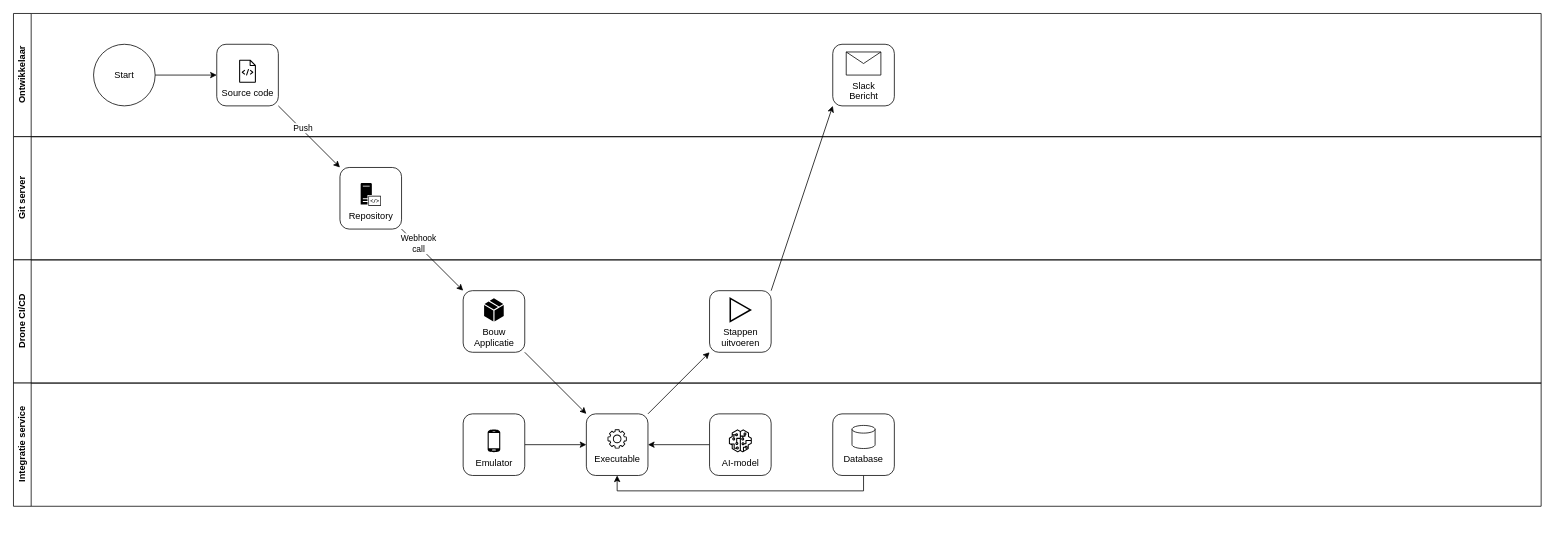
The draw.io diagram page "Integratie service" (13 of 13) of cli app.drawio in luukvankooten/draw.io, before the edit. Source tidied: cells renumbered, new cells numbered last; positions are measured from the earlier drawing's top-left corner, leaving out a move shared by most shapes. Both pictures are drawn from the tidied source at 77%, with x=0, y=0 at pixel (13, 13).
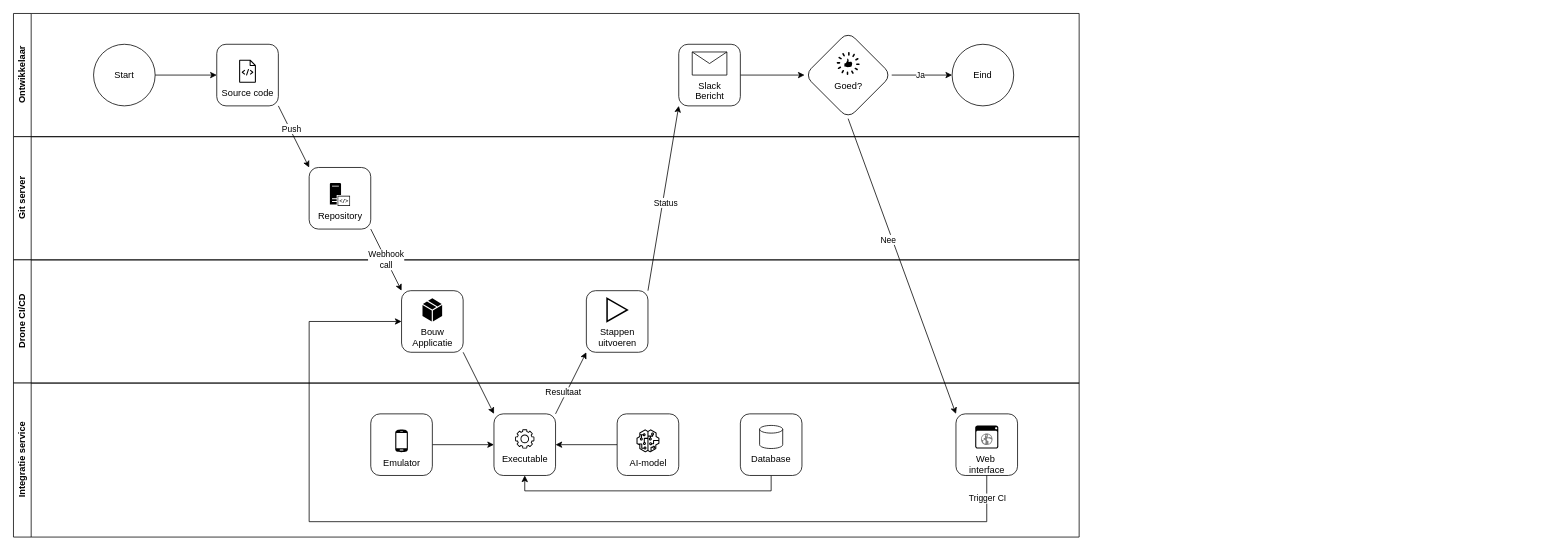
The same diagram, later.

Unchanged cells that the change refers to:
```xml
<mxCell id="6" style="whiteSpace=wrap;html=1;rounded=1;" parent="2" vertex="1">
  <mxGeometry x="264" y="40" width="80" height="80" as="geometry" />
</mxCell>
<mxCell id="34" style="rounded=0;jettySize=auto;html=1;entryX=0;entryY=1;entryDx=0;entryDy=0;exitX=1;exitY=0;exitDx=0;exitDy=0;" parent="1" edge="1" source="21" target="15">
  <mxGeometry relative="1" as="geometry" />
</mxCell>
<mxCell id="35" style="rounded=0;jettySize=auto;html=1;entryX=0;entryY=1;entryDx=0;entryDy=0;exitX=1;exitY=0;exitDx=0;exitDy=0;" parent="1" edge="1" source="15" target="3">
  <mxGeometry relative="1" as="geometry" />
</mxCell>
```

The edit, as a diff of the source:
```diff
@@
     <mxCell id="2" value="Ontwikkelaar" style="swimlane;horizontal=0;whiteSpace=wrap;html=1;" parent="1" vertex="1">
-      <mxGeometry width="1984" height="160" as="geometry" />
+      <mxGeometry width="1384" height="160" as="geometry" />
     </mxCell>
+    <mxCell id="36" style="edgeStyle=orthogonalEdgeStyle;rounded=0;jettySize=auto;html=1;entryX=0;entryY=0;entryDx=0;entryDy=0;" parent="2" edge="1" source="3" target="39">
+      <mxGeometry relative="1" as="geometry" />
+    </mxCell>
     <mxCell id="3" style="rounded=1;whiteSpace=wrap;html=1;" parent="2" vertex="1">
-      <mxGeometry x="1064" y="40" width="80" height="80" as="geometry" />
+      <mxGeometry x="864" y="40" width="80" height="80" as="geometry" />
     </mxCell>
@@
     <mxCell id="8" value="&lt;div&gt;Slack&lt;/div&gt;&lt;div&gt;Bericht&lt;br&gt;&lt;/div&gt;" style="shape=message;html=1;html=1;labelPosition=center;verticalLabelPosition=bottom;align=center;verticalAlign=top;" parent="2" vertex="1">
-      <mxGeometry x="1081.5" y="50" width="45" height="30" as="geometry" />
+      <mxGeometry x="881.5" y="50" width="45" height="30" as="geometry" />
     </mxCell>
+    <mxCell id="37" style="edgeStyle=orthogonalEdgeStyle;rounded=0;jettySize=auto;html=1;entryX=0;entryY=0.5;entryDx=0;entryDy=0;" parent="2" edge="1" source="39" target="41">
+      <mxGeometry relative="1" as="geometry" />
+    </mxCell>
+    <mxCell id="38" value="Ja" style="edgeLabel;html=1;align=center;verticalAlign=middle;" parent="37" vertex="1">
+      <mxGeometry x="-0.06" y="1" relative="1" as="geometry" />
+    </mxCell>
+    <mxCell id="39" style="rounded=1;whiteSpace=wrap;html=1;glass=0;rotation=-45;" parent="2" vertex="1">
+      <mxGeometry x="1044" y="40" width="80" height="80" as="geometry" />
+    </mxCell>
+    <mxCell id="40" value="Goed?" style="sketch=0;html=1;strokeColor=none;shadow=0;fillColor=#000000;verticalAlign=top;labelPosition=center;verticalLabelPosition=bottom;shape=mxgraph.gcp2.thumbs_up;" parent="2" vertex="1">
+      <mxGeometry x="1069" y="50" width="30" height="30" as="geometry" />
+    </mxCell>
+    <mxCell id="41" value="Eind" style="ellipse;whiteSpace=wrap;html=1;" parent="2" vertex="1">
+      <mxGeometry x="1219" y="40" width="80" height="80" as="geometry" />
+    </mxCell>
     <mxCell id="9" value="&lt;div&gt;Git server&lt;/div&gt;" style="swimlane;horizontal=0;whiteSpace=wrap;html=1;" parent="1" vertex="1">
-      <mxGeometry y="160" width="1984" height="160" as="geometry" />
+      <mxGeometry y="160" width="1384" height="160" as="geometry" />
     </mxCell>
     <mxCell id="10" style="rounded=1;whiteSpace=wrap;html=1;glass=0;" parent="9" vertex="1">
-      <mxGeometry x="424" y="40" width="80" height="80" as="geometry" />
+      <mxGeometry x="384" y="40" width="80" height="80" as="geometry" />
     </mxCell>
     <mxCell id="11" value="Repository" style="sketch=0;shadow=0;dashed=0;html=1;strokeColor=none;fillColor=#000000;labelPosition=center;verticalLabelPosition=bottom;verticalAlign=top;align=center;shape=mxgraph.office.servers.server_side_code;" parent="9" vertex="1">
-      <mxGeometry x="450.9" y="60" width="26.2" height="30" as="geometry" />
+      <mxGeometry x="410.9" y="60" width="26.2" height="30" as="geometry" />
     </mxCell>
     <mxCell id="12" value="Drone CI/CD" style="swimlane;horizontal=0;whiteSpace=wrap;html=1;" parent="1" vertex="1">
-      <mxGeometry y="320" width="1984" height="160" as="geometry" />
+      <mxGeometry y="320" width="1384" height="160" as="geometry" />
     </mxCell>
     <mxCell id="13" style="rounded=1;whiteSpace=wrap;html=1;" parent="12" vertex="1">
-      <mxGeometry x="584" y="40" width="80" height="80" as="geometry" />
+      <mxGeometry x="504" y="40" width="80" height="80" as="geometry" />
     </mxCell>
     <mxCell id="14" value="&lt;div&gt;Bouw&lt;/div&gt;&lt;div&gt;Applicatie&lt;br&gt;&lt;/div&gt;" style="verticalLabelPosition=bottom;html=1;verticalAlign=top;align=center;strokeColor=none;fillColor=#000000;shape=mxgraph.azure.cloud_service_package_file;" parent="12" vertex="1">
-      <mxGeometry x="611.2" y="50" width="25.5" height="30" as="geometry" />
+      <mxGeometry x="531.2" y="50" width="25.5" height="30" as="geometry" />
     </mxCell>
     <mxCell id="15" style="rounded=1;whiteSpace=wrap;html=1;" parent="12" vertex="1">
-      <mxGeometry x="904" y="40" width="80" height="80" as="geometry" />
+      <mxGeometry x="744" y="40" width="80" height="80" as="geometry" />
     </mxCell>
     <mxCell id="16" value="&lt;div&gt;Stappen&lt;br&gt;&lt;/div&gt;&lt;div&gt;uitvoeren&lt;/div&gt;" style="html=1;verticalLabelPosition=bottom;align=center;labelBackgroundColor=#ffffff;verticalAlign=top;strokeWidth=2;strokeColor=#000000;shadow=0;dashed=0;shape=mxgraph.ios7.icons.play;fillColor=none;" parent="12" vertex="1">
-      <mxGeometry x="930.9" y="50" width="26.2" height="30" as="geometry" />
+      <mxGeometry x="770.9" y="50" width="26.2" height="30" as="geometry" />
     </mxCell>
     <mxCell id="17" value="Integratie service" style="swimlane;horizontal=0;whiteSpace=wrap;html=1;" parent="1" vertex="1">
-      <mxGeometry y="480" width="1984" height="160" as="geometry" />
+      <mxGeometry y="480" width="1384" height="200" as="geometry" />
     </mxCell>
+    <mxCell id="42" style="rounded=1;whiteSpace=wrap;html=1;" parent="17" vertex="1">
+      <mxGeometry x="1224" y="40" width="80" height="80" as="geometry" />
+    </mxCell>
@@
     <mxCell id="19" style="rounded=1;whiteSpace=wrap;html=1;" parent="17" vertex="1">
-      <mxGeometry x="584" y="40" width="80" height="80" as="geometry" />
+      <mxGeometry x="464" y="40" width="80" height="80" as="geometry" />
     </mxCell>
     <mxCell id="20" value="Emulator" style="sketch=0;shadow=0;dashed=0;html=1;strokeColor=none;fillColor=#000000;labelPosition=center;verticalLabelPosition=bottom;verticalAlign=top;align=center;shape=mxgraph.office.devices.cell_phone_android_proportional;" parent="17" vertex="1">
-      <mxGeometry x="615.8" y="60" width="16.4" height="30" as="geometry" />
+      <mxGeometry x="495.8" y="60" width="16.4" height="30" as="geometry" />
     </mxCell>
     <mxCell id="21" style="rounded=1;whiteSpace=wrap;html=1;" parent="17" vertex="1">
-      <mxGeometry x="744" y="40" width="80" height="80" as="geometry" />
+      <mxGeometry x="624" y="40" width="80" height="80" as="geometry" />
     </mxCell>
     <mxCell id="22" value="&lt;font color=&quot;#000000&quot;&gt;Executable&lt;/font&gt;" style="sketch=0;fontColor=#232F3E;gradientColor=none;fillColor=#000000;strokeColor=none;dashed=0;verticalLabelPosition=bottom;verticalAlign=top;align=center;html=1;fontSize=12;fontStyle=0;shape=mxgraph.aws4.gear;" parent="17" vertex="1">
-      <mxGeometry x="771.5" y="60" width="25" height="25" as="geometry" />
+      <mxGeometry x="651.5" y="60" width="25" height="25" as="geometry" />
     </mxCell>
@@
     <mxCell id="24" style="rounded=1;whiteSpace=wrap;html=1;" parent="17" vertex="1">
-      <mxGeometry x="904" y="40" width="80" height="80" as="geometry" />
+      <mxGeometry x="784" y="40" width="80" height="80" as="geometry" />
     </mxCell>
     <mxCell id="25" value="&lt;font color=&quot;#000000&quot;&gt;AI-model&lt;/font&gt;" style="sketch=0;fontColor=#232F3E;gradientColor=none;fillColor=#000000;strokeColor=none;dashed=0;verticalLabelPosition=bottom;verticalAlign=top;align=center;html=1;fontSize=12;fontStyle=0;shape=mxgraph.aws4.sagemaker_model;" parent="17" vertex="1">
-      <mxGeometry x="929" y="60" width="30" height="30" as="geometry" />
+      <mxGeometry x="809" y="60" width="30" height="30" as="geometry" />
     </mxCell>
     <mxCell id="26" style="edgeStyle=orthogonalEdgeStyle;rounded=0;jettySize=auto;html=1;entryX=0.5;entryY=1;entryDx=0;entryDy=0;" parent="17" edge="1" source="27" target="21">
       <mxGeometry relative="1" as="geometry">
         <Array as="points">
-          <mxPoint x="1104" y="140" />
-          <mxPoint x="784" y="140" />
+          <mxPoint x="984" y="140" />
+          <mxPoint x="664" y="140" />
         </Array>
       </mxGeometry>
     </mxCell>
     <mxCell id="27" style="rounded=1;whiteSpace=wrap;html=1;" parent="17" vertex="1">
-      <mxGeometry x="1064" y="40" width="80" height="80" as="geometry" />
+      <mxGeometry x="944" y="40" width="80" height="80" as="geometry" />
     </mxCell>
     <mxCell id="28" value="Database" style="strokeWidth=1;html=1;shape=mxgraph.flowchart.database;whiteSpace=wrap;labelPosition=center;verticalLabelPosition=bottom;align=center;verticalAlign=top;" parent="17" vertex="1">
-      <mxGeometry x="1089" y="55" width="30" height="30" as="geometry" />
+      <mxGeometry x="969" y="55" width="30" height="30" as="geometry" />
     </mxCell>
+    <mxCell id="43" value="&lt;div&gt;Web&amp;nbsp;&lt;/div&gt;&lt;div&gt;interface&lt;/div&gt;" style="shadow=0;dashed=0;html=1;strokeColor=none;fillColor=#000000;labelPosition=center;verticalLabelPosition=bottom;verticalAlign=top;align=center;shape=mxgraph.veeam.2d.web_ui;" parent="17" vertex="1">
+      <mxGeometry x="1249" y="55" width="30" height="30" as="geometry" />
+    </mxCell>
-    <mxCell id="29" style="rounded=0;jettySize=auto;html=1;entryX=0;entryY=0;entryDx=0;entryDy=0;" parent="1" edge="1" source="6" target="10">
+    <mxCell id="29" style="rounded=0;jettySize=auto;html=1;entryX=0;entryY=0;entryDx=0;entryDy=0;exitX=1;exitY=1;exitDx=0;exitDy=0;" parent="1" edge="1" source="6" target="10">
       <mxGeometry relative="1" as="geometry" />
     </mxCell>
@@
-    <mxCell id="31" style="rounded=0;jettySize=auto;html=1;entryX=0;entryY=0;entryDx=0;entryDy=0;" parent="1" edge="1" source="10" target="13">
+    <mxCell id="31" style="rounded=0;jettySize=auto;html=1;entryX=0;entryY=0;entryDx=0;entryDy=0;exitX=1;exitY=1;exitDx=0;exitDy=0;" parent="1" edge="1" source="10" target="13">
       <mxGeometry relative="1" as="geometry" />
     </mxCell>
     <mxCell id="32" value="&lt;div&gt;Webhook&lt;/div&gt;&lt;div&gt;call&lt;br&gt;&lt;/div&gt;" style="edgeLabel;html=1;align=center;verticalAlign=middle;" parent="31" vertex="1">
-      <mxGeometry x="-0.5" y="2" relative="1" as="geometry" />
+      <mxGeometry x="-0.5" y="2" relative="1" as="geometry">
+        <mxPoint x="8" y="21" as="offset" />
+      </mxGeometry>
     </mxCell>
-    <mxCell id="33" style="rounded=0;jettySize=auto;html=1;entryX=0;entryY=0;entryDx=0;entryDy=0;" parent="1" edge="1" source="13" target="21">
+    <mxCell id="33" style="rounded=0;jettySize=auto;html=1;entryX=0;entryY=0;entryDx=0;entryDy=0;exitX=1;exitY=1;exitDx=0;exitDy=0;" parent="1" edge="1" source="13" target="21">
       <mxGeometry relative="1" as="geometry" />
     </mxCell>
@@
+    <mxCell id="44" value="Resultaat" style="edgeLabel;html=1;align=center;verticalAlign=middle;" parent="34" vertex="1">
+      <mxGeometry x="-0.23" y="-5" relative="1" as="geometry">
+        <mxPoint x="-10" as="offset" />
+      </mxGeometry>
+    </mxCell>
@@
+    <mxCell id="45" value="Status" style="edgeLabel;html=1;align=center;verticalAlign=middle;" parent="35" vertex="1">
+      <mxGeometry x="-0.04" y="-3" relative="1" as="geometry" />
+    </mxCell>
+    <mxCell id="46" style="rounded=0;jettySize=auto;html=1;entryX=0;entryY=0;entryDx=0;entryDy=0;exitX=0;exitY=1;exitDx=0;exitDy=0;" parent="1" edge="1" source="39" target="42">
+      <mxGeometry relative="1" as="geometry" />
+    </mxCell>
+    <mxCell id="47" value="Nee" style="edgeLabel;html=1;align=center;verticalAlign=middle;" parent="46" vertex="1">
+      <mxGeometry x="-0.19" y="-5" relative="1" as="geometry" />
+    </mxCell>
+    <mxCell id="48" style="edgeStyle=orthogonalEdgeStyle;rounded=0;jettySize=auto;html=1;entryX=0;entryY=0.5;entryDx=0;entryDy=0;" parent="1" edge="1" source="42" target="13">
+      <mxGeometry relative="1" as="geometry">
+        <Array as="points">
+          <mxPoint x="1264" y="660" />
+          <mxPoint x="384" y="660" />
+          <mxPoint x="384" y="400" />
+        </Array>
+      </mxGeometry>
+    </mxCell>
+    <mxCell id="49" value="Trigger CI" style="edgeLabel;html=1;align=center;verticalAlign=middle;" parent="48" vertex="1">
+      <mxGeometry x="-0.96" y="3" relative="1" as="geometry">
+        <mxPoint x="-3" y="3" as="offset" />
+      </mxGeometry>
+    </mxCell>
```
